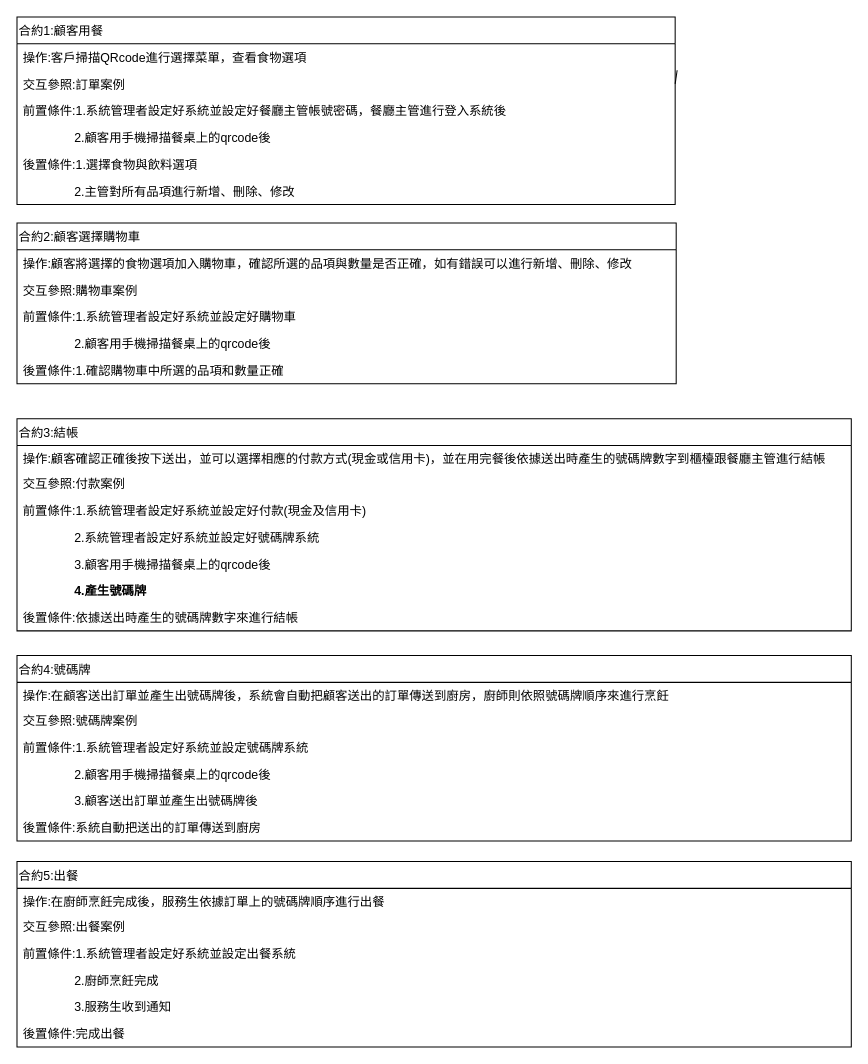
Earlier version of the draw.io diagram page "合約" (4 of 4) of answer.drawio (der0829/111-2End). Source tidied: cells renumbered, new cells numbered last; positions are measured from the earlier drawing's top-left corner, leaving out a move shared by most shapes. Both pictures are drawn from the tidied source at 103%, with x=0, y=0 at pixel (16, 16).
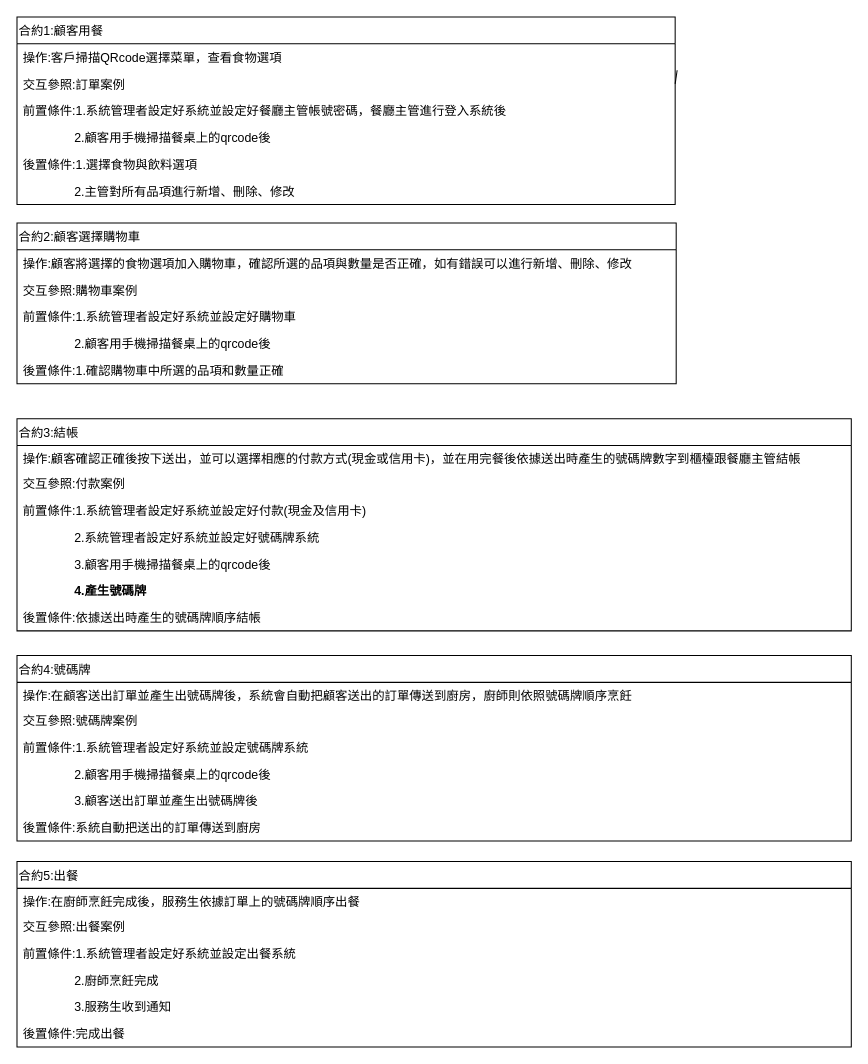
The same diagram, later.

Unchanged cells that the change refers to:
```xml
<mxCell id="2" value="合約1:顧客用餐" style="swimlane;fontStyle=0;horizontal=1;startSize=26;fillColor=none;align=left;" parent="1" vertex="1">
  <mxGeometry width="639" height="182" as="geometry" />
</mxCell>
<mxCell id="16" value="合約3:結帳" style="swimlane;fontStyle=0;horizontal=1;startSize=26;fillColor=none;align=left;" parent="1" vertex="1">
  <mxGeometry y="390" width="810" height="206" as="geometry" />
</mxCell>
<mxCell id="24" value="合約4:號碼牌" style="swimlane;fontStyle=0;horizontal=1;startSize=26;fillColor=none;align=left;" parent="1" vertex="1">
  <mxGeometry y="620" width="810" height="180" as="geometry" />
</mxCell>
<mxCell id="31" value="合約5:出餐" style="swimlane;fontStyle=0;horizontal=1;startSize=26;fillColor=none;align=left;" parent="1" vertex="1">
  <mxGeometry y="820" width="810" height="180" as="geometry" />
</mxCell>
```

The edit, as a diff of the source:
```diff
@@
-    <mxCell id="3" value="操作:客戶掃描QRcode進行選擇菜單，查看食物選項" style="text;strokeColor=none;fillColor=none;align=left;verticalAlign=top;spacingLeft=4;spacingRight=4;overflow=hidden;" parent="2" vertex="1">
+    <mxCell id="3" value="操作:客戶掃描QRcode選擇菜單，查看食物選項" style="text;strokeColor=none;fillColor=none;align=left;verticalAlign=top;spacingLeft=4;spacingRight=4;overflow=hidden;" parent="2" vertex="1">
       <mxGeometry y="26" width="639" height="26" as="geometry" />
     </mxCell>
@@
-    <mxCell id="17" value="操作:顧客確認正確後按下送出，並可以選擇相應的付款方式(現金或信用卡)，並在用完餐後依據送出時產生的號碼牌數字到櫃檯跟餐廳主管進行結帳" style="text;strokeColor=none;fillColor=none;align=left;verticalAlign=top;spacingLeft=4;spacingRight=4;overflow=hidden;" parent="16" vertex="1">
+    <mxCell id="17" value="操作:顧客確認正確後按下送出，並可以選擇相應的付款方式(現金或信用卡)，並在用完餐後依據送出時產生的號碼牌數字到櫃檯跟餐廳主管結帳" style="text;strokeColor=none;fillColor=none;align=left;verticalAlign=top;spacingLeft=4;spacingRight=4;overflow=hidden;" parent="16" vertex="1">
       <mxGeometry y="26" width="810" height="24" as="geometry" />
     </mxCell>
@@
-    <mxCell id="23" value="後置條件:依據送出時產生的號碼牌數字來進行結帳" style="text;strokeColor=none;fillColor=none;align=left;verticalAlign=top;spacingLeft=4;spacingRight=4;overflow=hidden;" parent="16" vertex="1">
+    <mxCell id="23" value="後置條件:依據送出時產生的號碼牌順序結帳" style="text;strokeColor=none;fillColor=none;align=left;verticalAlign=top;spacingLeft=4;spacingRight=4;overflow=hidden;" parent="16" vertex="1">
       <mxGeometry y="180" width="810" height="26" as="geometry" />
     </mxCell>
@@
-    <mxCell id="25" value="操作:在顧客送出訂單並產生出號碼牌後，系統會自動把顧客送出的訂單傳送到廚房，廚師則依照號碼牌順序來進行烹飪" style="text;strokeColor=none;fillColor=none;align=left;verticalAlign=top;spacingLeft=4;spacingRight=4;overflow=hidden;" parent="24" vertex="1">
+    <mxCell id="25" value="操作:在顧客送出訂單並產生出號碼牌後，系統會自動把顧客送出的訂單傳送到廚房，廚師則依照號碼牌順序烹飪" style="text;strokeColor=none;fillColor=none;align=left;verticalAlign=top;spacingLeft=4;spacingRight=4;overflow=hidden;" parent="24" vertex="1">
       <mxGeometry y="26" width="810" height="24" as="geometry" />
     </mxCell>
@@
-    <mxCell id="32" value="操作:在廚師烹飪完成後，服務生依據訂單上的號碼牌順序進行出餐" style="text;strokeColor=none;fillColor=none;align=left;verticalAlign=top;spacingLeft=4;spacingRight=4;overflow=hidden;" parent="31" vertex="1">
+    <mxCell id="32" value="操作:在廚師烹飪完成後，服務生依據訂單上的號碼牌順序出餐" style="text;strokeColor=none;fillColor=none;align=left;verticalAlign=top;spacingLeft=4;spacingRight=4;overflow=hidden;" parent="31" vertex="1">
       <mxGeometry y="26" width="810" height="24" as="geometry" />
     </mxCell>
```
